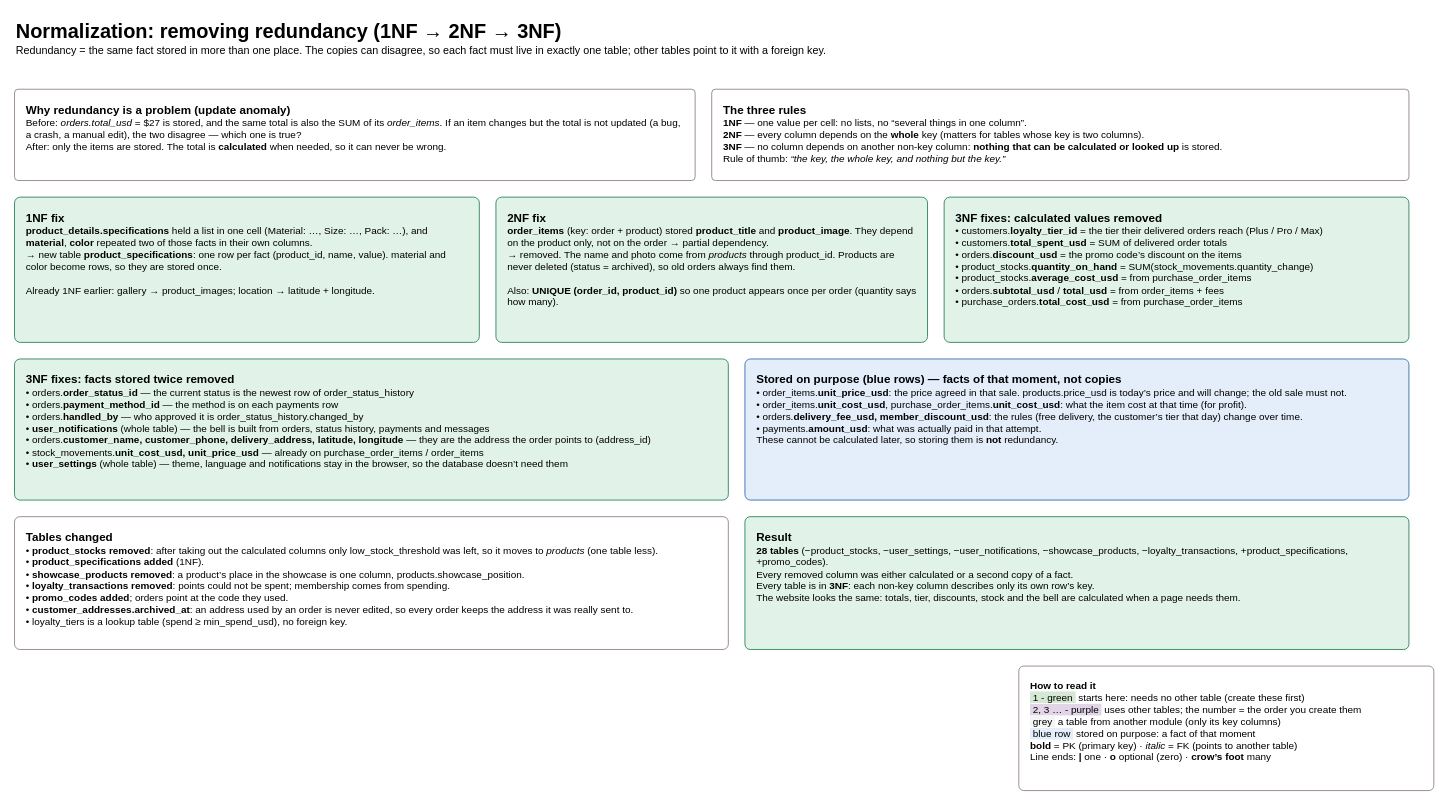
This is page "Normalization (1NF to 3NF)" (3 of 14) of docs/PsaOnline-database-3NF.drawio from Cchheanglim/psaaccessoriesonline, a draw.io file, before an edit. Source tidied: cells renumbered, new cells numbered last; positions are measured from the earlier drawing's top-left corner, leaving out a move shared by most shapes. Both pictures are drawn from the tidied source at 83%, with x=0, y=0 at pixel (14, 14).
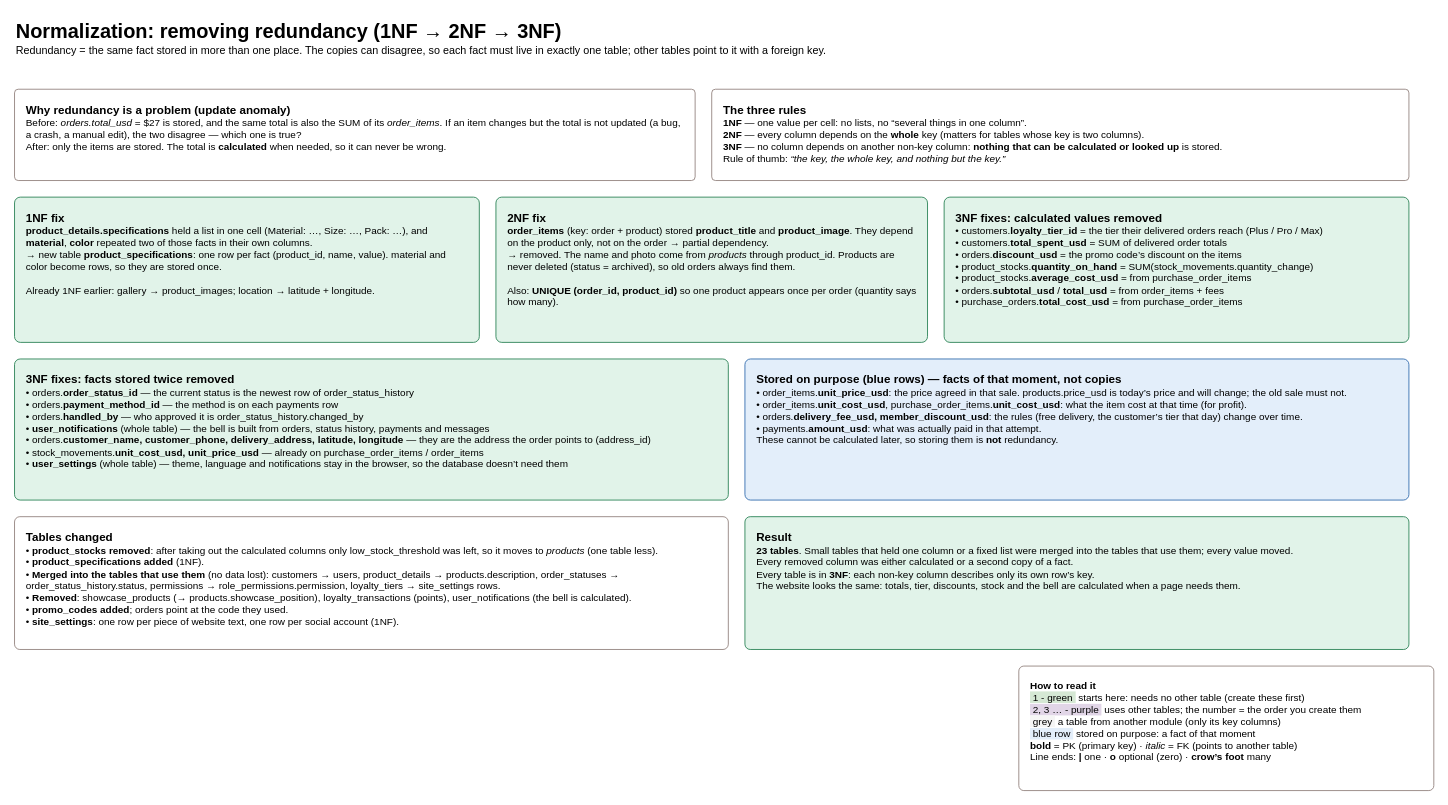
The same diagram, later.

The edit, as a diff of the source:
```diff
@@
 <mxGraphModel>
   <root>
     <mxCell id="0" />
     <mxCell id="1" parent="0" />
     <mxCell id="2" value="&lt;b style=&quot;font-size:24px&quot;&gt;Normalization: removing redundancy (1NF → 2NF → 3NF)&lt;/b&gt;&lt;br&gt;&lt;span style=&quot;font-size:13px&quot;&gt;Redundancy = the same fact stored in more than one place. The copies can disagree, so each fact must live in exactly one table; other tables point to it with a foreign key.&lt;/span&gt;" style="text;html=1;align=left;verticalAlign=top;whiteSpace=wrap;fontSize=13;" parent="1" vertex="1">
       <mxGeometry width="1700" height="70" as="geometry" />
     </mxCell>
     <mxCell id="3" value="&lt;b style=&quot;font-size:14px&quot;&gt;Why redundancy is a problem (update anomaly)&lt;/b&gt;&lt;br&gt;Before: &lt;i&gt;orders.total_usd&lt;/i&gt; = $27 is stored, and the same total is also the SUM of its &lt;i&gt;order_items&lt;/i&gt;. If an item changes but the total is not updated (a bug, a crash, a manual edit), the two disagree — which one is true?&lt;br&gt;After: only the items are stored. The total is &lt;b&gt;calculated&lt;/b&gt; when needed, so it can never be wrong." style="rounded=1;arcSize=4;whiteSpace=wrap;html=1;align=left;verticalAlign=top;spacingLeft=12;spacingTop=10;spacingRight=12;fontSize=12;fontColor=#000000;fillColor=#FFFFFF;strokeColor=#8C7A76;" parent="1" vertex="1">
       <mxGeometry y="90" width="820" height="110" as="geometry" />
     </mxCell>
     <mxCell id="4" value="&lt;b style=&quot;font-size:14px&quot;&gt;The three rules&lt;/b&gt;&lt;br&gt;&lt;b&gt;1NF&lt;/b&gt; — one value per cell: no lists, no “several things in one column”.&lt;br&gt;&lt;b&gt;2NF&lt;/b&gt; — every column depends on the &lt;b&gt;whole&lt;/b&gt; key (matters for tables whose key is two columns).&lt;br&gt;&lt;b&gt;3NF&lt;/b&gt; — no column depends on another non-key column: &lt;b&gt;nothing that can be calculated or looked up&lt;/b&gt; is stored.&lt;br&gt;Rule of thumb: &lt;i&gt;“the key, the whole key, and nothing but the key.”&lt;/i&gt;" style="rounded=1;arcSize=4;whiteSpace=wrap;html=1;align=left;verticalAlign=top;spacingLeft=12;spacingTop=10;spacingRight=12;fontSize=12;fontColor=#000000;fillColor=#FFFFFF;strokeColor=#8C7A76;" parent="1" vertex="1">
       <mxGeometry x="840" y="90" width="840" height="110" as="geometry" />
     </mxCell>
     <mxCell id="5" value="&lt;b style=&quot;font-size:14px&quot;&gt;1NF fix&lt;/b&gt;&lt;br&gt;&lt;b&gt;product_details.specifications&lt;/b&gt; held a list in one cell (Material: …, Size: …, Pack: …), and &lt;b&gt;material&lt;/b&gt;, &lt;b&gt;color&lt;/b&gt; repeated two of those facts in their own columns.&lt;br&gt;→ new table &lt;b&gt;product_specifications&lt;/b&gt;: one row per fact (product_id, name, value). material and color become rows, so they are stored once.&lt;br&gt;&lt;br&gt;Already 1NF earlier: gallery → product_images; location → latitude + longitude." style="rounded=1;arcSize=4;whiteSpace=wrap;html=1;align=left;verticalAlign=top;spacingLeft=12;spacingTop=10;spacingRight=12;fontSize=12;fontColor=#000000;fillColor=#E1F3E9;strokeColor=#1E7A4C;" parent="1" vertex="1">
       <mxGeometry y="220" width="560" height="175" as="geometry" />
     </mxCell>
     <mxCell id="6" value="&lt;b style=&quot;font-size:14px&quot;&gt;2NF fix&lt;/b&gt;&lt;br&gt;&lt;b&gt;order_items&lt;/b&gt; (key: order + product) stored &lt;b&gt;product_title&lt;/b&gt; and &lt;b&gt;product_image&lt;/b&gt;. They depend on the product only, not on the order → partial dependency.&lt;br&gt;→ removed. The name and photo come from &lt;i&gt;products&lt;/i&gt; through product_id. Products are never deleted (status = archived), so old orders always find them.&lt;br&gt;&lt;br&gt;Also: &lt;b&gt;UNIQUE (order_id, product_id)&lt;/b&gt; so one product appears once per order (quantity says how many)." style="rounded=1;arcSize=4;whiteSpace=wrap;html=1;align=left;verticalAlign=top;spacingLeft=12;spacingTop=10;spacingRight=12;fontSize=12;fontColor=#000000;fillColor=#E1F3E9;strokeColor=#1E7A4C;" parent="1" vertex="1">
       <mxGeometry x="580" y="220" width="520" height="175" as="geometry" />
     </mxCell>
     <mxCell id="7" value="&lt;b style=&quot;font-size:14px&quot;&gt;3NF fixes: calculated values removed&lt;/b&gt;&lt;br&gt;• customers.&lt;b&gt;loyalty_tier_id&lt;/b&gt; = the tier their delivered orders reach (Plus / Pro / Max)&lt;br&gt;• customers.&lt;b&gt;total_spent_usd&lt;/b&gt; = SUM of delivered order totals&lt;br&gt;• orders.&lt;b&gt;discount_usd&lt;/b&gt; = the promo code’s discount on the items&lt;br&gt;• product_stocks.&lt;b&gt;quantity_on_hand&lt;/b&gt; = SUM(stock_movements.quantity_change)&lt;br&gt;• product_stocks.&lt;b&gt;average_cost_usd&lt;/b&gt; = from purchase_order_items&lt;br&gt;• orders.&lt;b&gt;subtotal_usd&lt;/b&gt; / &lt;b&gt;total_usd&lt;/b&gt; = from order_items + fees&lt;br&gt;• purchase_orders.&lt;b&gt;total_cost_usd&lt;/b&gt; = from purchase_order_items" style="rounded=1;arcSize=4;whiteSpace=wrap;html=1;align=left;verticalAlign=top;spacingLeft=12;spacingTop=10;spacingRight=12;fontSize=12;fontColor=#000000;fillColor=#E1F3E9;strokeColor=#1E7A4C;" parent="1" vertex="1">
       <mxGeometry x="1120" y="220" width="560" height="175" as="geometry" />
     </mxCell>
     <mxCell id="8" value="&lt;b style=&quot;font-size:14px&quot;&gt;3NF fixes: facts stored twice removed&lt;/b&gt;&lt;br&gt;• orders.&lt;b&gt;order_status_id&lt;/b&gt; — the current status is the newest row of order_status_history&lt;br&gt;• orders.&lt;b&gt;payment_method_id&lt;/b&gt; — the method is on each payments row&lt;br&gt;• orders.&lt;b&gt;handled_by&lt;/b&gt; — who approved it is order_status_history.changed_by&lt;br&gt;• &lt;b&gt;user_notifications&lt;/b&gt; (whole table) — the bell is built from orders, status history, payments and messages&lt;br&gt;• orders.&lt;b&gt;customer_name, customer_phone, delivery_address, latitude, longitude&lt;/b&gt; — they are the address the order points to (address_id)&lt;br&gt;• stock_movements.&lt;b&gt;unit_cost_usd, unit_price_usd&lt;/b&gt; — already on purchase_order_items / order_items&lt;br&gt;• &lt;b&gt;user_settings&lt;/b&gt; (whole table) — theme, language and notifications stay in the browser, so the database doesn’t need them" style="rounded=1;arcSize=4;whiteSpace=wrap;html=1;align=left;verticalAlign=top;spacingLeft=12;spacingTop=10;spacingRight=12;fontSize=12;fontColor=#000000;fillColor=#E1F3E9;strokeColor=#1E7A4C;" parent="1" vertex="1">
       <mxGeometry y="415" width="860" height="170" as="geometry" />
     </mxCell>
     <mxCell id="9" value="&lt;b style=&quot;font-size:14px&quot;&gt;Stored on purpose (blue rows) — facts of that moment, not copies&lt;/b&gt;&lt;br&gt;• order_items.&lt;b&gt;unit_price_usd&lt;/b&gt;: the price agreed in that sale. products.price_usd is today’s price and will change; the old sale must not.&lt;br&gt;• order_items.&lt;b&gt;unit_cost_usd&lt;/b&gt;, purchase_order_items.&lt;b&gt;unit_cost_usd&lt;/b&gt;: what the item cost at that time (for profit).&lt;br&gt;• orders.&lt;b&gt;delivery_fee_usd, member_discount_usd&lt;/b&gt;: the rules (free delivery, the customer’s tier that day) change over time.&lt;br&gt;• payments.&lt;b&gt;amount_usd&lt;/b&gt;: what was actually paid in that attempt.&lt;br&gt;These cannot be calculated later, so storing them is &lt;b&gt;not&lt;/b&gt; redundancy." style="rounded=1;arcSize=4;whiteSpace=wrap;html=1;align=left;verticalAlign=top;spacingLeft=12;spacingTop=10;spacingRight=12;fontSize=12;fontColor=#000000;fillColor=#E3EEFA;strokeColor=#2563A8;" parent="1" vertex="1">
       <mxGeometry x="880" y="415" width="800" height="170" as="geometry" />
     </mxCell>
-    <mxCell id="10" value="&lt;b style=&quot;font-size:14px&quot;&gt;Tables changed&lt;/b&gt;&lt;br&gt;• &lt;b&gt;product_stocks removed&lt;/b&gt;: after taking out the calculated columns only low_stock_threshold was left, so it moves to &lt;i&gt;products&lt;/i&gt; (one table less).&lt;br&gt;• &lt;b&gt;product_specifications added&lt;/b&gt; (1NF).&lt;br&gt;• &lt;b&gt;showcase_products removed&lt;/b&gt;: a product’s place in the showcase is one column, products.showcase_position.&lt;br&gt;• &lt;b&gt;loyalty_transactions removed&lt;/b&gt;: points could not be spent; membership comes from spending.&lt;br&gt;• &lt;b&gt;promo_codes added&lt;/b&gt;; orders point at the code they used.&lt;br&gt;• &lt;b&gt;customer_addresses.archived_at&lt;/b&gt;: an address used by an order is never edited, so every order keeps the address it was really sent to.&lt;br&gt;• loyalty_tiers is a lookup table (spend ≥ min_spend_usd), no foreign key." style="rounded=1;arcSize=4;whiteSpace=wrap;html=1;align=left;verticalAlign=top;spacingLeft=12;spacingTop=10;spacingRight=12;fontSize=12;fontColor=#000000;fillColor=#FFFFFF;strokeColor=#8C7A76;" parent="1" vertex="1">
-      <mxGeometry y="605" width="860" height="160" as="geometry" />
-    </mxCell>
-    <mxCell id="11" value="&lt;b style=&quot;font-size:14px&quot;&gt;Result&lt;/b&gt;&lt;br&gt;&lt;b&gt;28 tables&lt;/b&gt; (−product_stocks, −user_settings, −user_notifications, −showcase_products, −loyalty_transactions, +product_specifications, +promo_codes).&lt;br&gt;Every removed column was either calculated or a second copy of a fact.&lt;br&gt;Every table is in &lt;b&gt;3NF&lt;/b&gt;: each non-key column describes only its own row’s key.&lt;br&gt;The website looks the same: totals, tier, discounts, stock and the bell are calculated when a page needs them." style="rounded=1;arcSize=4;whiteSpace=wrap;html=1;align=left;verticalAlign=top;spacingLeft=12;spacingTop=10;spacingRight=12;fontSize=12;fontColor=#000000;fillColor=#E1F3E9;strokeColor=#1E7A4C;" parent="1" vertex="1">
-      <mxGeometry x="880" y="605" width="800" height="160" as="geometry" />
-    </mxCell>
+    <mxCell id="13" value="&lt;b style=&quot;font-size:14px&quot;&gt;Tables changed&lt;/b&gt;&lt;br&gt;• &lt;b&gt;product_stocks removed&lt;/b&gt;: after taking out the calculated columns only low_stock_threshold was left, so it moves to &lt;i&gt;products&lt;/i&gt; (one table less).&lt;br&gt;• &lt;b&gt;product_specifications added&lt;/b&gt; (1NF).&lt;br&gt;• &lt;b&gt;Merged into the tables that use them&lt;/b&gt; (no data lost): customers → users, product_details → products.description, order_statuses → order_status_history.status, permissions → role_permissions.permission, loyalty_tiers → site_settings rows.&lt;br&gt;• &lt;b&gt;Removed&lt;/b&gt;: showcase_products (→ products.showcase_position), loyalty_transactions (points), user_notifications (the bell is calculated).&lt;br&gt;• &lt;b&gt;promo_codes added&lt;/b&gt;; orders point at the code they used.&lt;br&gt;• &lt;b&gt;site_settings&lt;/b&gt;: one row per piece of website text, one row per social account (1NF)." style="rounded=1;arcSize=4;whiteSpace=wrap;html=1;align=left;verticalAlign=top;spacingLeft=12;spacingTop=10;spacingRight=12;fontSize=12;fontColor=#000000;fillColor=#FFFFFF;strokeColor=#8C7A76;" parent="1" vertex="1">
+      <mxGeometry y="605" width="860" height="160" as="geometry" />
+    </mxCell>
+    <mxCell id="14" value="&lt;b style=&quot;font-size:14px&quot;&gt;Result&lt;/b&gt;&lt;br&gt;&lt;b&gt;23 tables&lt;/b&gt;. Small tables that held one column or a fixed list were merged into the tables that use them; every value moved.&lt;br&gt;Every removed column was either calculated or a second copy of a fact.&lt;br&gt;Every table is in &lt;b&gt;3NF&lt;/b&gt;: each non-key column describes only its own row’s key.&lt;br&gt;The website looks the same: totals, tier, discounts, stock and the bell are calculated when a page needs them." style="rounded=1;arcSize=4;whiteSpace=wrap;html=1;align=left;verticalAlign=top;spacingLeft=12;spacingTop=10;spacingRight=12;fontSize=12;fontColor=#000000;fillColor=#E1F3E9;strokeColor=#1E7A4C;" parent="1" vertex="1">
+      <mxGeometry x="880" y="605" width="800" height="160" as="geometry" />
+    </mxCell>
     <mxCell id="12" value="&lt;b&gt;How to read it&lt;/b&gt;&lt;br&gt;&lt;span style=&quot;background:#D5E8D4&quot;&gt;&amp;nbsp;1 - green&amp;nbsp;&lt;/span&gt; starts here: needs no other table (create these first)&lt;br&gt;&lt;span style=&quot;background:#E1D5E7&quot;&gt;&amp;nbsp;2, 3 … - purple&amp;nbsp;&lt;/span&gt; uses other tables; the number = the order you create them&lt;br&gt;&lt;span style=&quot;background:#F5F5F5&quot;&gt;&amp;nbsp;grey&amp;nbsp;&lt;/span&gt; a table from another module (only its key columns)&lt;br&gt;&lt;span style=&quot;background:#E3EEFA&quot;&gt;&amp;nbsp;blue row&amp;nbsp;&lt;/span&gt; stored on purpose: a fact of that moment&lt;br&gt;&lt;b&gt;bold&lt;/b&gt; = PK (primary key) · &lt;i&gt;italic&lt;/i&gt; = FK (points to another table)&lt;br&gt;Line ends: &lt;b&gt;|&lt;/b&gt; one · &lt;b&gt;o&lt;/b&gt; optional (zero) · &lt;b&gt;crow’s foot&lt;/b&gt; many" style="rounded=1;arcSize=4;whiteSpace=wrap;html=1;align=left;verticalAlign=top;spacingLeft=12;spacingTop=10;spacingRight=12;fontSize=12;fontColor=#000000;fillColor=#FFFFFF;strokeColor=#8C7A76;" parent="1" vertex="1">
       <mxGeometry x="1210" y="785" width="500" height="150" as="geometry" />
     </mxCell>
   </root>
 </mxGraphModel>
```
